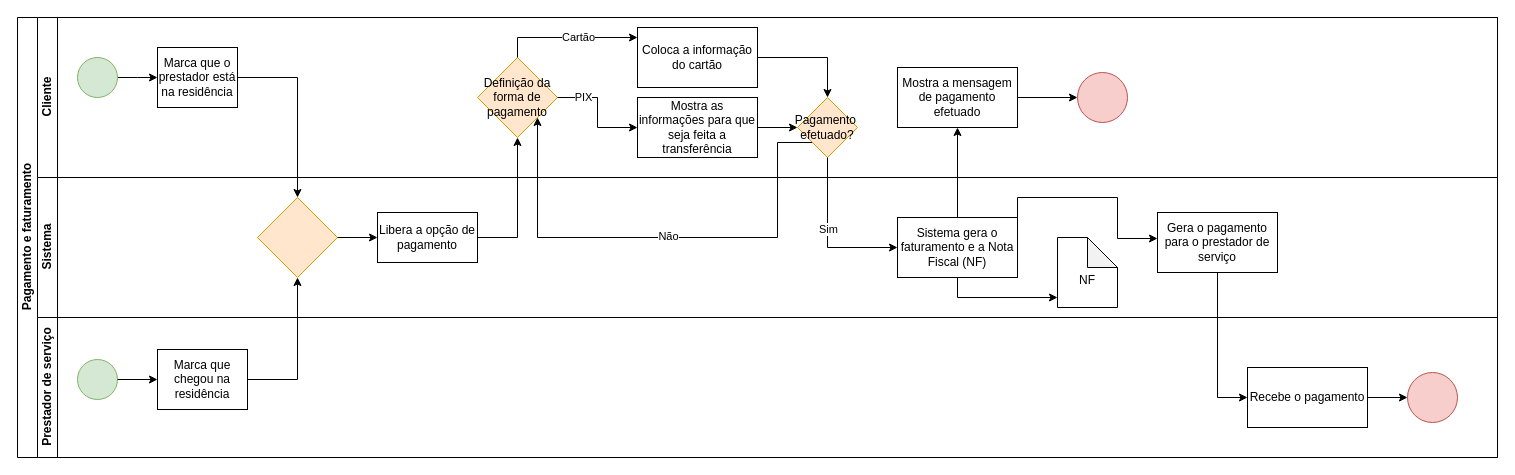
wholocked1/projeto_eng_software_041 keeps this draw.io diagram as Pagamento e Faturamento.drawio. Above is the earlier version. Source tidied: cells renumbered, new cells numbered last; positions are measured from the earlier drawing's top-left corner, leaving out a move shared by most shapes. Both pictures are drawn from the tidied source at 100%, with x=0, y=0 at pixel (17, 17).
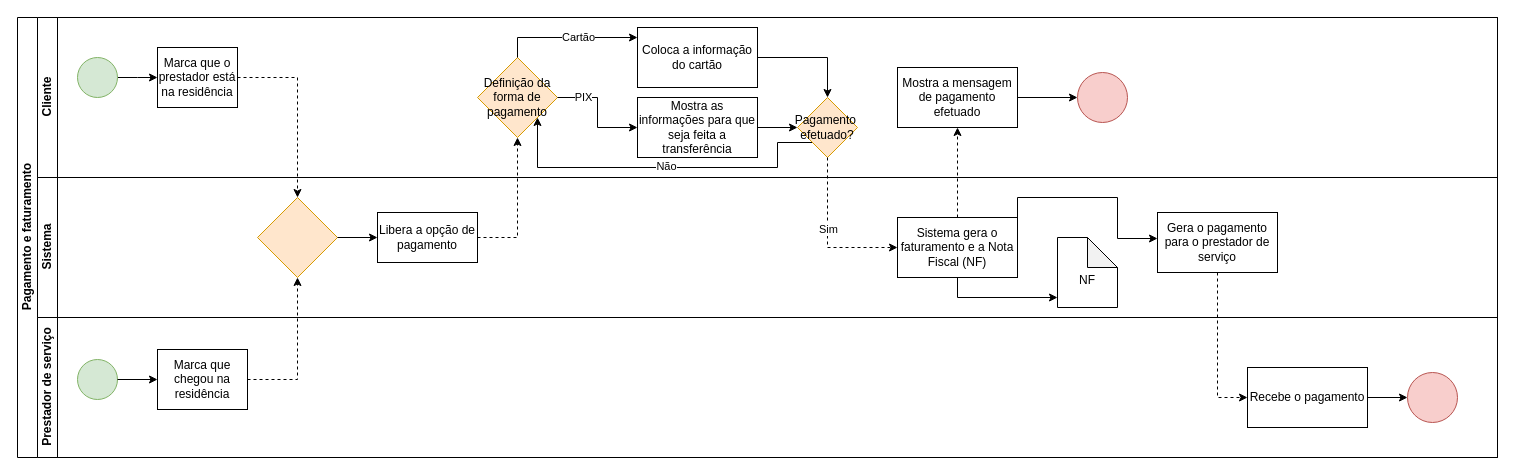
The same page after the edit.

The change refers to these unchanged cells:
```xml
<mxCell id="2" value="Pagamento e faturamento" style="swimlane;html=1;horizontal=0;startSize=20;" parent="1" vertex="1">
  <mxGeometry width="1480" height="440" as="geometry" />
</mxCell>
<mxCell id="3" value="Cliente" style="swimlane;html=1;startSize=20;horizontal=0;" parent="2" vertex="1">
  <mxGeometry x="20" width="1460" height="160" as="geometry" />
</mxCell>
<mxCell id="6" value="Marca que o prestador está na residência" style="rounded=0;whiteSpace=wrap;html=1;" parent="3" vertex="1">
  <mxGeometry x="120" y="30" width="80" height="60" as="geometry" />
</mxCell>
<mxCell id="7" value="Definição da forma de pagamento" style="rhombus;whiteSpace=wrap;html=1;fillColor=#ffe6cc;strokeColor=#d79b00;" parent="3" vertex="1">
  <mxGeometry x="440" y="40" width="80" height="80" as="geometry" />
</mxCell>
<mxCell id="15" value="Mostra a mensagem de pagamento efetuado" style="rounded=0;whiteSpace=wrap;html=1;" parent="3" vertex="1">
  <mxGeometry x="860" y="50" width="120" height="60" as="geometry" />
</mxCell>
<mxCell id="20" value="Pagamento&amp;nbsp; efetuado?" style="rhombus;whiteSpace=wrap;html=1;fillColor=#ffe6cc;strokeColor=#d79b00;" parent="3" vertex="1">
  <mxGeometry x="760" y="80" width="60" height="60" as="geometry" />
</mxCell>
<mxCell id="23" style="rhombus;whiteSpace=wrap;html=1;fillColor=#ffe6cc;strokeColor=#d79b00;" parent="22" vertex="1">
  <mxGeometry x="220" y="20" width="80" height="80" as="geometry" />
</mxCell>
<mxCell id="24" value="Libera a opção de pagamento" style="rounded=0;whiteSpace=wrap;html=1;" parent="22" vertex="1">
  <mxGeometry x="340" y="35" width="100" height="50" as="geometry" />
</mxCell>
<mxCell id="26" value="Sistema gera o faturamento e a Nota Fiscal (NF)" style="rounded=0;whiteSpace=wrap;html=1;" parent="22" vertex="1">
  <mxGeometry x="860" y="40" width="120" height="60" as="geometry" />
</mxCell>
<mxCell id="29" value="Gera o pagamento para o prestador de serviço" style="rounded=0;whiteSpace=wrap;html=1;" parent="22" vertex="1">
  <mxGeometry x="1120" y="35" width="120" height="60" as="geometry" />
</mxCell>
<mxCell id="33" value="Marca que chegou na residência" style="rounded=0;whiteSpace=wrap;html=1;" parent="31" vertex="1">
  <mxGeometry x="120" y="32" width="90" height="60" as="geometry" />
</mxCell>
<mxCell id="35" value="Recebe o pagamento" style="rounded=0;whiteSpace=wrap;html=1;" parent="31" vertex="1">
  <mxGeometry x="1210" y="50" width="120" height="60" as="geometry" />
</mxCell>
```

What changed in the source:
```diff
@@
     <mxCell id="18" style="edgeStyle=orthogonalEdgeStyle;rounded=0;jettySize=auto;html=1;exitX=0;exitY=1;exitDx=0;exitDy=0;entryX=1;entryY=1;entryDx=0;entryDy=0;" parent="3" edge="1" source="20" target="7">
       <mxGeometry relative="1" as="geometry">
         <Array as="points">
           <mxPoint x="740" y="125" />
-          <mxPoint x="740" y="220" />
-          <mxPoint x="500" y="220" />
+          <mxPoint x="740" y="150" />
+          <mxPoint x="500" y="150" />
         </Array>
       </mxGeometry>
     </mxCell>
@@
-    <mxCell id="38" style="edgeStyle=orthogonalEdgeStyle;rounded=0;jettySize=auto;html=1;exitX=1;exitY=0.5;exitDx=0;exitDy=0;" parent="2" edge="1" source="6" target="23">
+    <mxCell id="38" style="edgeStyle=orthogonalEdgeStyle;rounded=0;jettySize=auto;html=1;exitX=1;exitY=0.5;exitDx=0;exitDy=0;dashed=1;" parent="2" edge="1" source="6" target="23">
       <mxGeometry relative="1" as="geometry" />
     </mxCell>
-    <mxCell id="39" style="edgeStyle=orthogonalEdgeStyle;rounded=0;jettySize=auto;html=1;exitX=1;exitY=0.5;exitDx=0;exitDy=0;" parent="2" edge="1" source="33" target="23">
+    <mxCell id="39" style="edgeStyle=orthogonalEdgeStyle;rounded=0;jettySize=auto;html=1;exitX=1;exitY=0.5;exitDx=0;exitDy=0;dashed=1;" parent="2" edge="1" source="33" target="23">
       <mxGeometry relative="1" as="geometry" />
     </mxCell>
-    <mxCell id="40" style="edgeStyle=orthogonalEdgeStyle;rounded=0;jettySize=auto;html=1;exitX=1;exitY=0.5;exitDx=0;exitDy=0;" parent="2" edge="1" source="24" target="7">
+    <mxCell id="40" style="edgeStyle=orthogonalEdgeStyle;rounded=0;jettySize=auto;html=1;exitX=1;exitY=0.5;exitDx=0;exitDy=0;dashed=1;" parent="2" edge="1" source="24" target="7">
       <mxGeometry relative="1" as="geometry" />
     </mxCell>
-    <mxCell id="41" style="edgeStyle=orthogonalEdgeStyle;rounded=0;jettySize=auto;html=1;exitX=0.5;exitY=1;exitDx=0;exitDy=0;" parent="2" edge="1" source="29" target="35">
+    <mxCell id="41" style="edgeStyle=orthogonalEdgeStyle;rounded=0;jettySize=auto;html=1;exitX=0.5;exitY=1;exitDx=0;exitDy=0;dashed=1;" parent="2" edge="1" source="29" target="35">
       <mxGeometry relative="1" as="geometry">
         <Array as="points">
           <mxPoint x="1200" y="380" />
         </Array>
       </mxGeometry>
     </mxCell>
-    <mxCell id="42" style="edgeStyle=orthogonalEdgeStyle;rounded=0;jettySize=auto;html=1;exitX=0.5;exitY=0;exitDx=0;exitDy=0;" parent="2" edge="1" source="26" target="15">
+    <mxCell id="42" style="edgeStyle=orthogonalEdgeStyle;rounded=0;jettySize=auto;html=1;exitX=0.5;exitY=0;exitDx=0;exitDy=0;dashed=1;" parent="2" edge="1" source="26" target="15">
       <mxGeometry relative="1" as="geometry" />
     </mxCell>
-    <mxCell id="43" style="edgeStyle=orthogonalEdgeStyle;rounded=0;jettySize=auto;html=1;exitX=0.5;exitY=1;exitDx=0;exitDy=0;entryX=0;entryY=0.5;entryDx=0;entryDy=0;" parent="2" edge="1" source="20" target="26">
+    <mxCell id="43" style="edgeStyle=orthogonalEdgeStyle;rounded=0;jettySize=auto;html=1;exitX=0.5;exitY=1;exitDx=0;exitDy=0;entryX=0;entryY=0.5;entryDx=0;entryDy=0;dashed=1;" parent="2" edge="1" source="20" target="26">
       <mxGeometry relative="1" as="geometry" />
     </mxCell>
```
